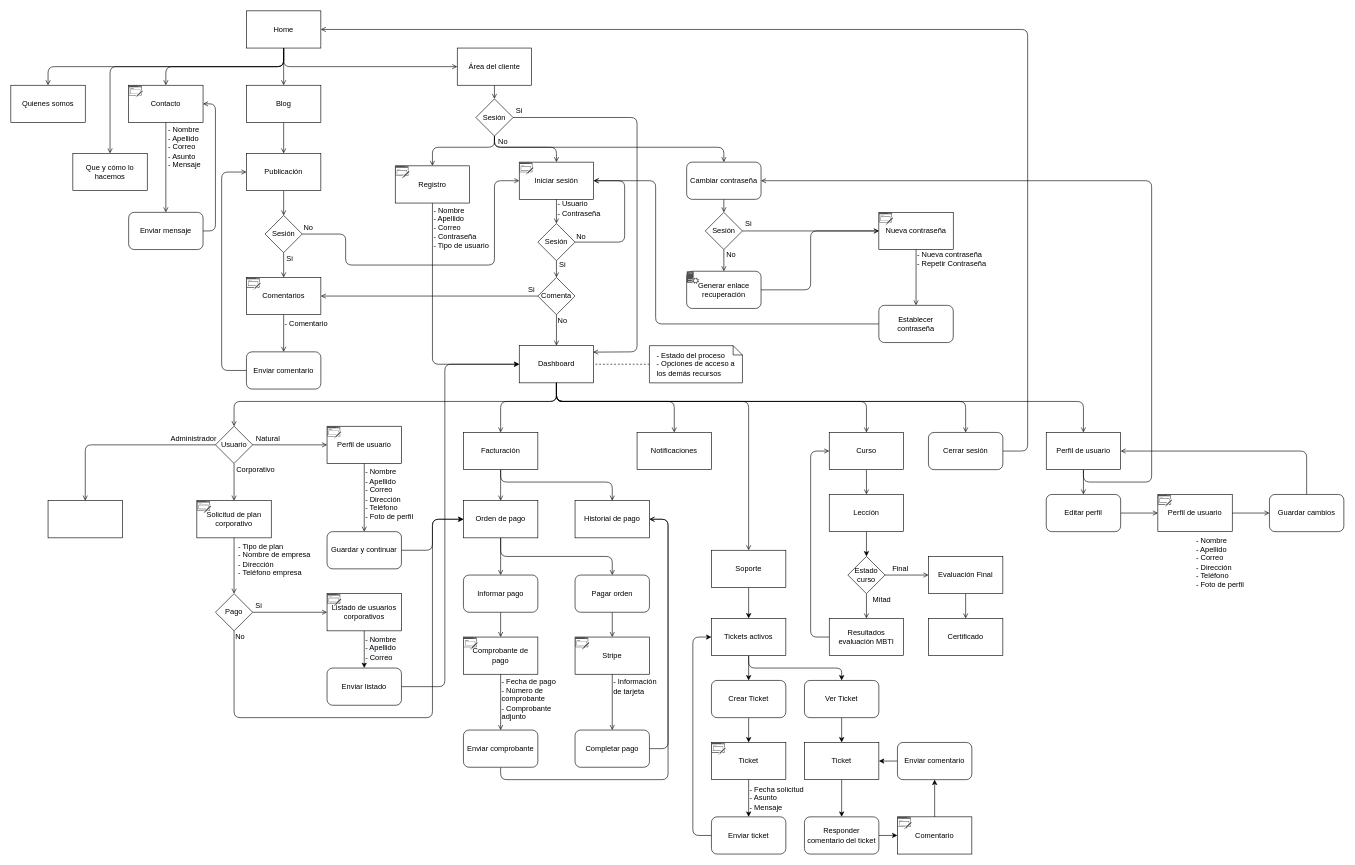
Above: page "MapaContenido" (3 of 3) of documentation/diagrams.drawio in correakarl/TheTypeFactor (draw.io), before the change. Source tidied: cells renumbered, new cells numbered last; positions are measured from the earlier drawing's top-left corner, leaving out a move shared by most shapes. Both pictures are drawn from the tidied source at 62%, with x=0, y=0 at pixel (11, 11).
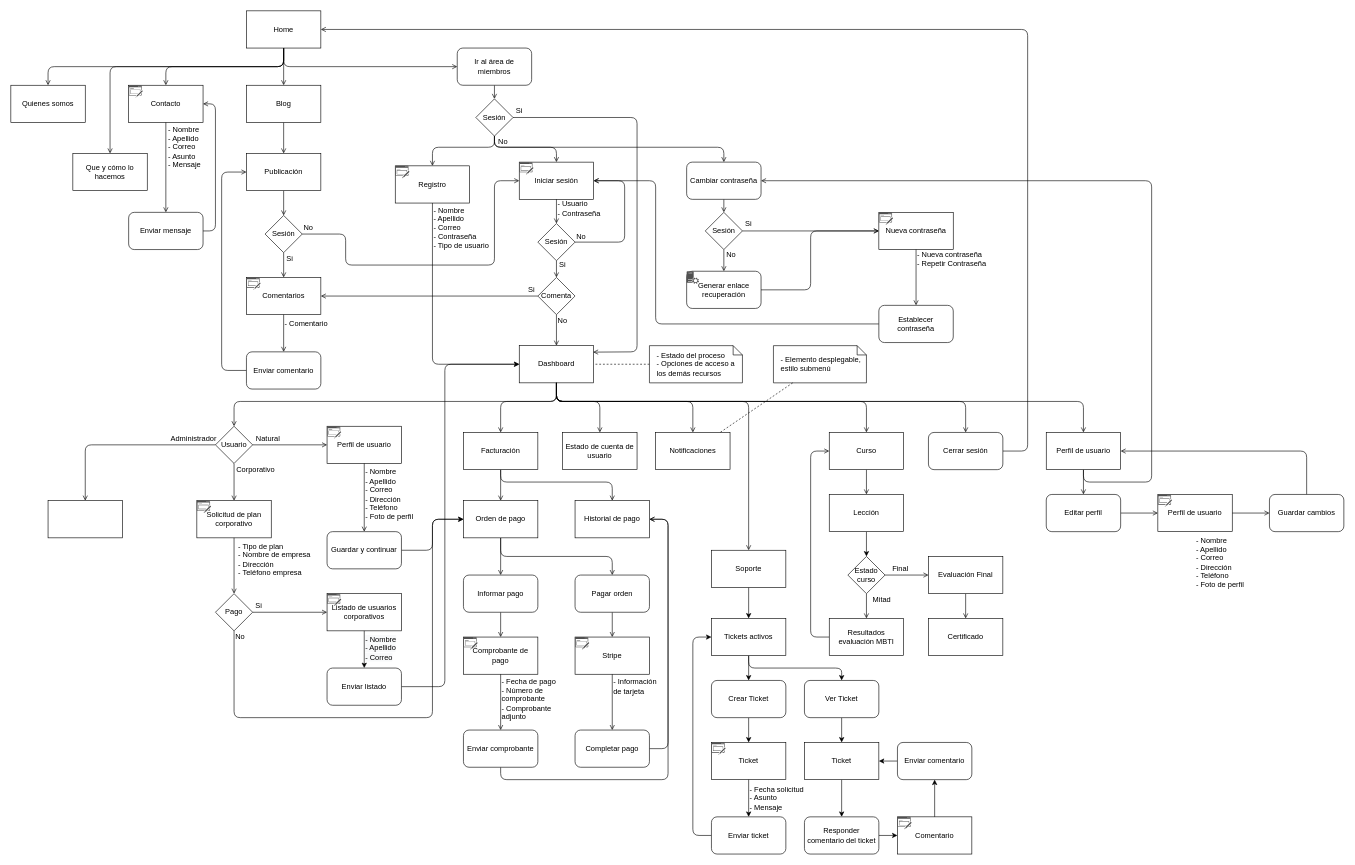
After the change.

The change refers to these unchanged cells:
```xml
<mxCell id="7" value="Home" style="rounded=0;whiteSpace=wrap;html=1;" parent="1" vertex="1">
  <mxGeometry x="380" width="120" height="60" as="geometry" />
</mxCell>
<mxCell id="14" value="Dashboard" style="rounded=0;whiteSpace=wrap;html=1;" parent="1" vertex="1">
  <mxGeometry x="820" y="540" width="120" height="60" as="geometry" />
</mxCell>
<mxCell id="114" value="Sesión" style="rhombus;whiteSpace=wrap;html=1;" parent="1" vertex="1">
  <mxGeometry x="750" y="142" width="60" height="60" as="geometry" />
</mxCell>
```

Change to the diagram source:
```diff
@@
-    <mxCell id="6" style="edgeStyle=none;html=1;startArrow=none;startFill=0;endArrow=open;endFill=0;sourcePerimeterSpacing=0;" parent="1" edge="1" source="7" target="44">
+    <mxCell id="6" style="edgeStyle=none;html=1;startArrow=none;startFill=0;endArrow=open;endFill=0;sourcePerimeterSpacing=0;" parent="1" edge="1" source="7" target="202">
       <mxGeometry relative="1" as="geometry">
         <Array as="points">
           <mxPoint x="440" y="90" />
         </Array>
       </mxGeometry>
     </mxCell>
@@
-    <mxCell id="43" style="edgeStyle=none;html=1;startArrow=none;startFill=0;endArrow=open;endFill=0;sourcePerimeterSpacing=0;" parent="1" edge="1" source="44" target="114">
+    <mxCell id="43" style="edgeStyle=none;html=1;startArrow=none;startFill=0;endArrow=open;endFill=0;sourcePerimeterSpacing=0;" parent="1" edge="1" source="202" target="114">
       <mxGeometry relative="1" as="geometry" />
     </mxCell>
-    <mxCell id="44" value="Área del cliente" style="rounded=0;whiteSpace=wrap;html=1;" parent="1" vertex="1">
-      <mxGeometry x="720" y="60" width="120" height="60" as="geometry" />
-    </mxCell>
@@
     <mxCell id="173" value="Notificaciones" style="whiteSpace=wrap;html=1;" parent="1" vertex="1">
-      <mxGeometry x="1010" y="680" width="120" height="60" as="geometry" />
+      <mxGeometry x="1040" y="680" width="120" height="60" as="geometry" />
     </mxCell>
@@
     <mxCell id="176" style="edgeStyle=none;html=1;startArrow=none;startFill=0;endArrow=open;endFill=0;sourcePerimeterSpacing=0;" parent="1" edge="1" source="14" target="173">
       <mxGeometry relative="1" as="geometry">
         <Array as="points">
           <mxPoint x="880" y="630" />
-          <mxPoint x="1070" y="630" />
+          <mxPoint x="1100" y="630" />
         </Array>
       </mxGeometry>
     </mxCell>
@@
+    <mxCell id="202" value="Ir al área de miembros" style="rounded=1;whiteSpace=wrap;html=1;" parent="1" vertex="1">
+      <mxGeometry x="720" y="60" width="120" height="60" as="geometry" />
+    </mxCell>
+    <mxCell id="203" value="Estado de cuenta de usuario" style="whiteSpace=wrap;html=1;" parent="1" vertex="1">
+      <mxGeometry x="890" y="680" width="120" height="60" as="geometry" />
+    </mxCell>
+    <mxCell id="204" style="edgeStyle=none;html=1;startArrow=none;startFill=0;endArrow=open;endFill=0;sourcePerimeterSpacing=0;" parent="1" edge="1" source="14" target="203">
+      <mxGeometry relative="1" as="geometry">
+        <Array as="points">
+          <mxPoint x="880" y="630" />
+          <mxPoint x="950" y="630" />
+        </Array>
+      </mxGeometry>
+    </mxCell>
+    <mxCell id="205" value="- Elemento desplegable, estilo submenú" style="shape=note;size=15;align=left;spacingLeft=10;html=1;whiteSpace=wrap;" parent="1" vertex="1">
+      <mxGeometry x="1230" y="540" width="150" height="60" as="geometry" />
+    </mxCell>
+    <mxCell id="206" style="edgeStyle=none;html=1;startArrow=none;startFill=0;endArrow=none;endFill=0;sourcePerimeterSpacing=0;dashed=1;" parent="1" edge="1" source="205" target="173">
+      <mxGeometry relative="1" as="geometry" />
+    </mxCell>
```
